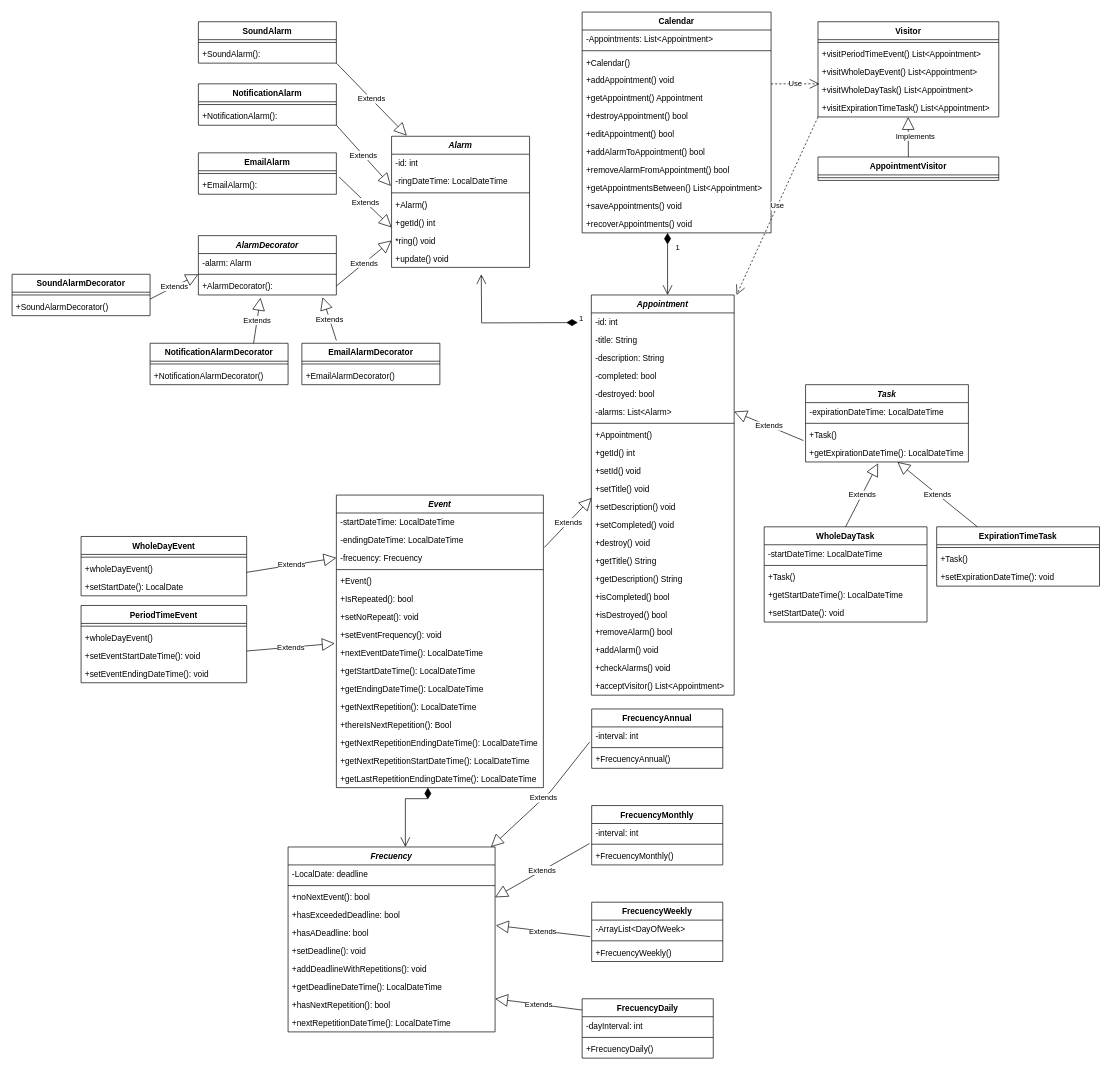
Before: doc/Calendar/UML-Calendar_Class_Diagram.drawio in gmenendez0/Calendar, a draw.io diagram. Source tidied: cells renumbered, new cells numbered last; positions are measured from the earlier drawing's top-left corner, leaving out a move shared by most shapes. Both pictures are drawn from the tidied source at 69%, with x=0, y=0 at pixel (12, 12).
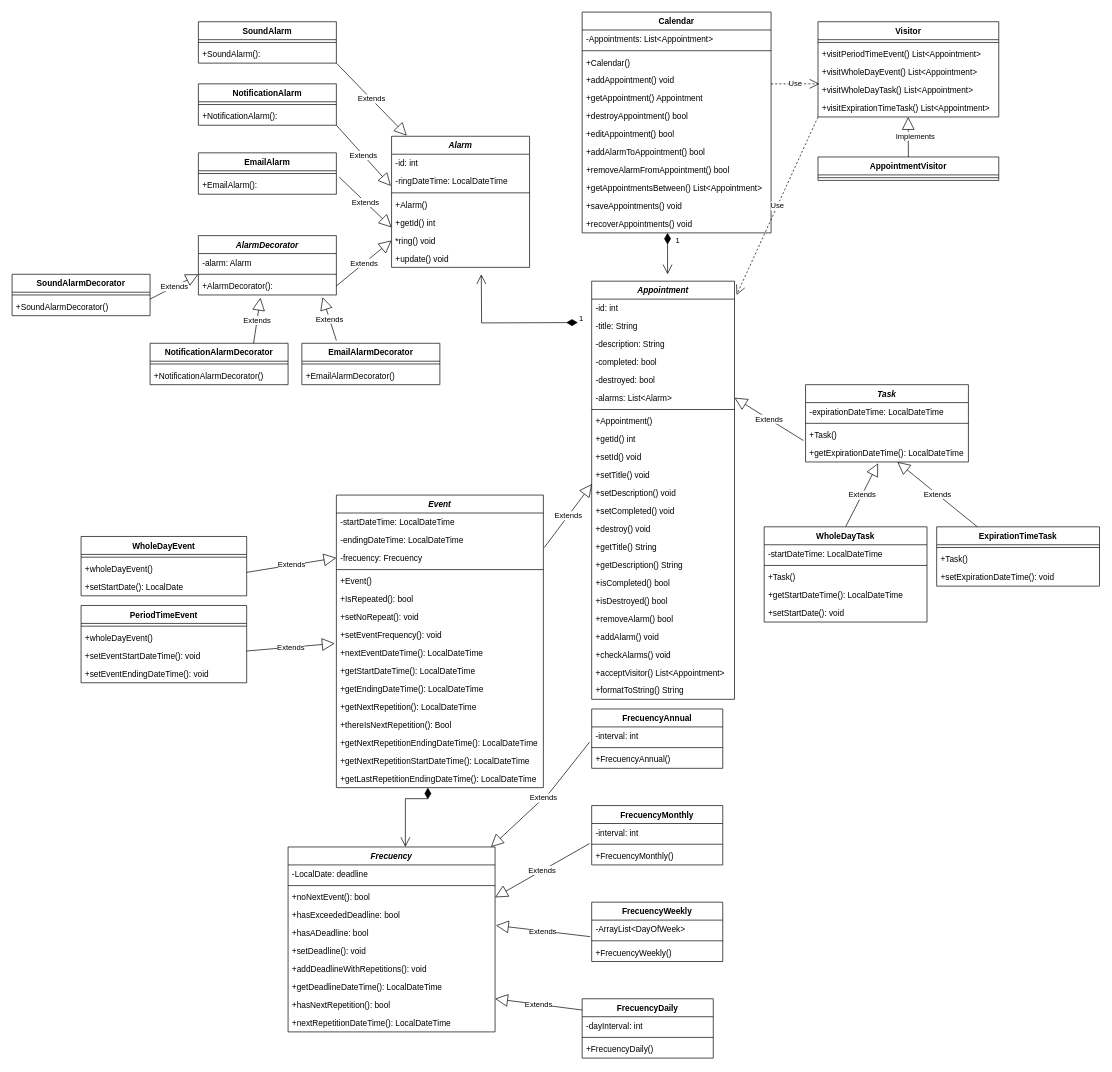
The same page after the edit.

Unchanged cells that the change refers to:
```xml
<mxCell id="14" value="+recoverAppointments() void" style="text;strokeColor=none;fillColor=none;align=left;verticalAlign=top;spacingLeft=4;spacingRight=4;overflow=hidden;points=[[0,0.5],[1,0.5]];portConstraint=eastwest;" parent="2" vertex="1">
  <mxGeometry y="294" width="273.8" height="26" as="geometry" />
</mxCell>
```

What changed in the source:
```diff
@@
     <mxCell id="37" value="Appointment" style="swimlane;fontStyle=3;align=center;verticalAlign=top;horizontal=1;startSize=26;" parent="1" vertex="1">
-      <mxGeometry x="839.5" y="410" width="207" height="580" as="geometry" />
+      <mxGeometry x="840" y="390" width="207" height="606" as="geometry" />
     </mxCell>
@@
+    <mxCell id="168" value="+formatToString() String" style="text;strokeColor=none;fillColor=none;align=left;verticalAlign=top;spacingLeft=4;spacingRight=4;overflow=hidden;" parent="37" vertex="1">
+      <mxGeometry y="580" width="207" height="26" as="geometry" />
+    </mxCell>
@@
     <mxCell id="154" value="1" style="endArrow=open;html=1;endSize=12;startArrow=diamondThin;startSize=14;startFill=1;edgeStyle=orthogonalEdgeStyle;align=left;verticalAlign=bottom;rounded=0;exitX=0.452;exitY=1;exitDx=0;exitDy=0;exitPerimeter=0;" parent="1" edge="1" source="14">
       <mxGeometry x="-0.33" y="10" relative="1" as="geometry">
-        <mxPoint x="950" y="410" as="targetPoint" />
+        <mxPoint x="950" y="380" as="targetPoint" />
       </mxGeometry>
     </mxCell>
```
